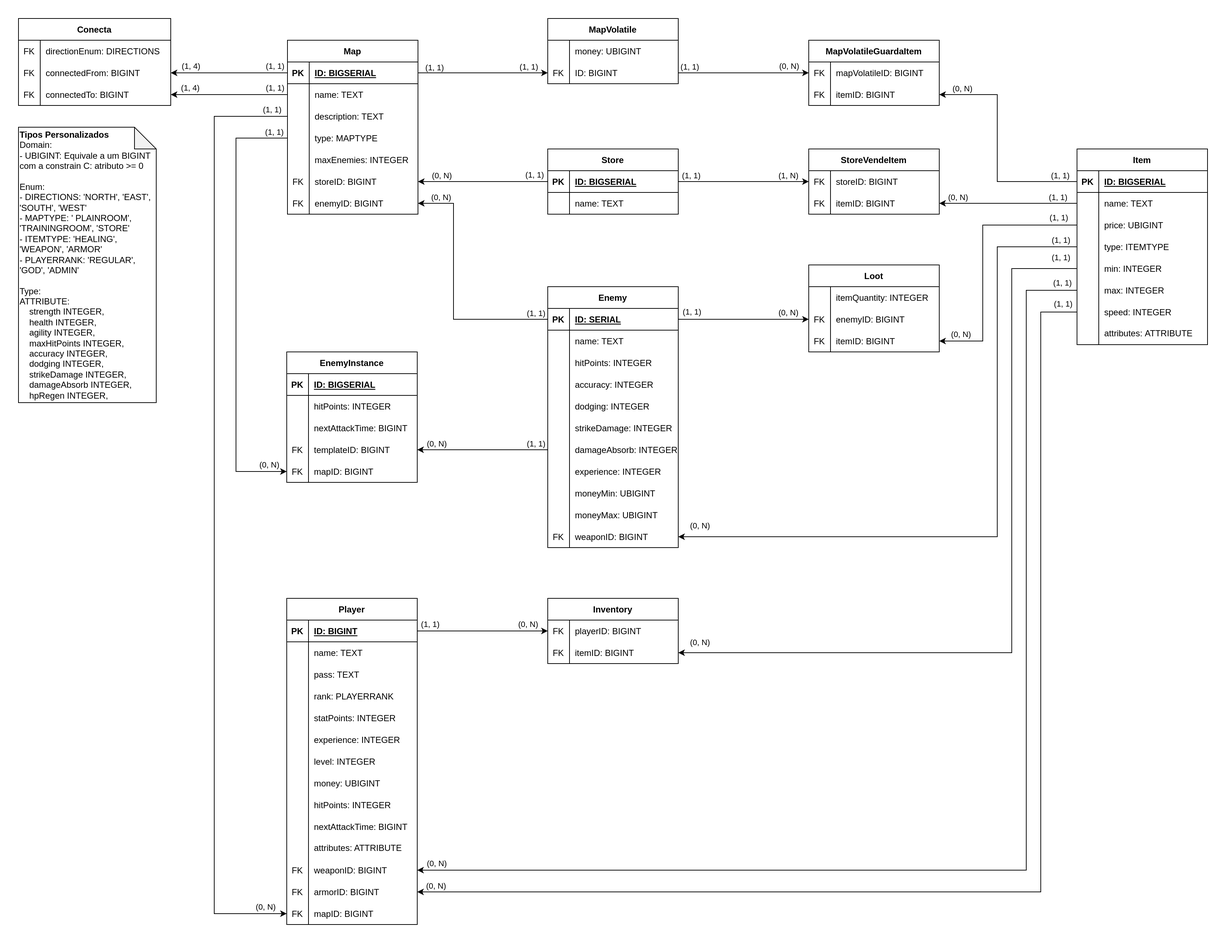
The draw.io diagram docs/Images/database/DL.png in UnMUD/UnMUD, before a commit. Source tidied: cells renumbered, new cells last; positions are measured from the earlier drawing's top-left corner, leaving out a move shared by most shapes.
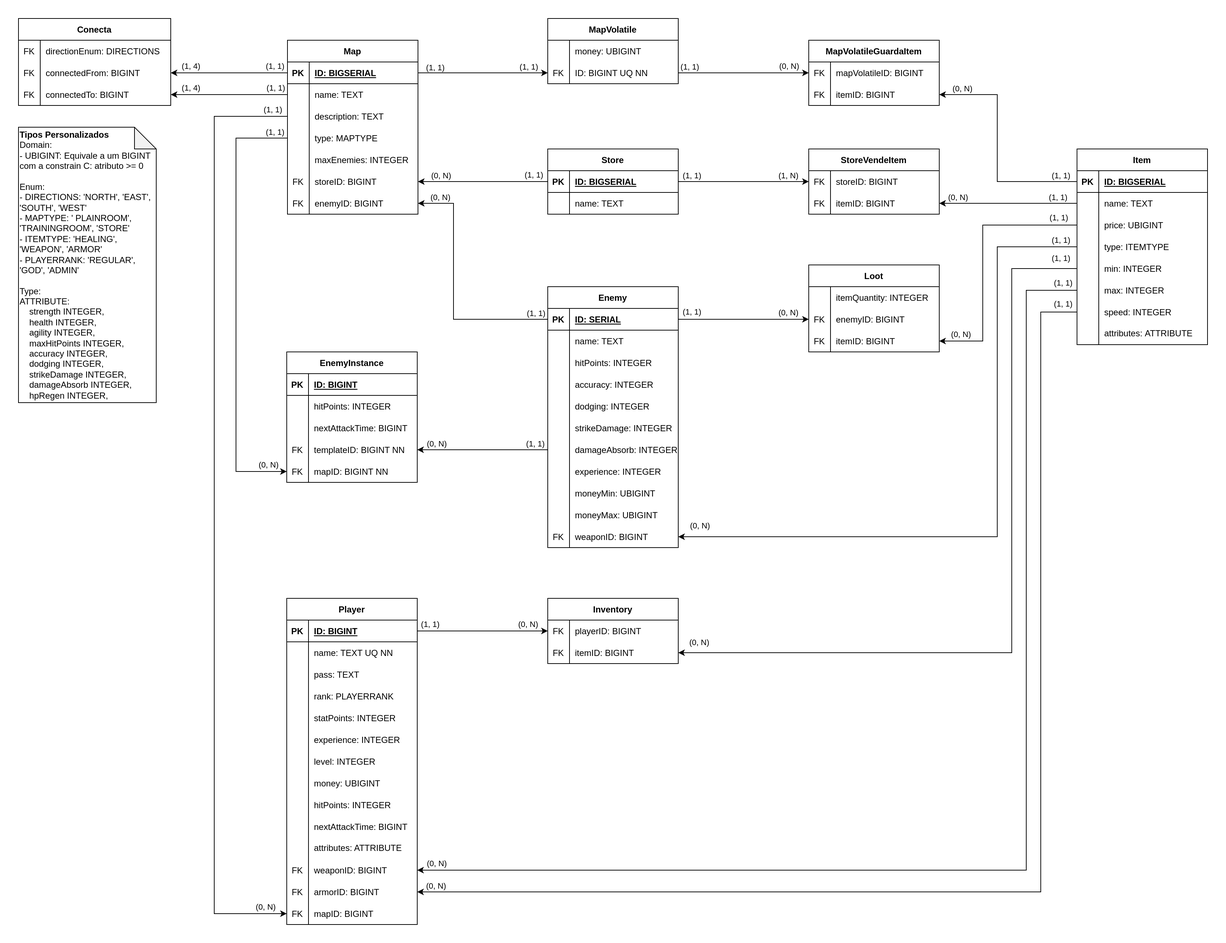
After the commit.

Commit message:
#42 - Adicionando palavras chave Unique (UQ) e Not Null (NN) no diagrama lógico

What changed in the source:
```diff
@@ -86,7 +86,7 @@
     <mxCell id="29" value="FK" style="shape=partialRectangle;fillColor=none;top=0;left=0;bottom=0;right=0;fontStyle=0;overflow=hidden;" parent="28" vertex="1">
       <mxGeometry width="30" height="30" as="geometry" />
     </mxCell>
-    <mxCell id="30" value="ID: BIGINT" style="shape=partialRectangle;fillColor=none;top=0;left=0;bottom=0;right=0;align=left;spacingLeft=6;fontStyle=0;overflow=hidden;" parent="28" vertex="1">
+    <mxCell id="30" value="ID: BIGINT UQ NN" style="shape=partialRectangle;fillColor=none;top=0;left=0;bottom=0;right=0;align=left;spacingLeft=6;fontStyle=0;overflow=hidden;" parent="28" vertex="1">
       <mxGeometry x="30" width="150" height="30" as="geometry" />
     </mxCell>
     <mxCell id="31" value="Item" style="shape=table;startSize=30;rowLines=0;fontStyle=1;align=center;" parent="1" vertex="1">
@@ -173,7 +173,7 @@
     <mxCell id="58" value="PK" style="shape=partialRectangle;fillColor=none;top=0;left=0;bottom=0;right=0;fontStyle=1;overflow=hidden;" parent="57" vertex="1">
       <mxGeometry width="30" height="30" as="geometry" />
     </mxCell>
-    <mxCell id="59" value="ID: BIGSERIAL" style="shape=partialRectangle;fillColor=none;top=0;left=0;bottom=0;right=0;align=left;spacingLeft=6;fontStyle=5;overflow=hidden;" parent="57" vertex="1">
+    <mxCell id="59" value="ID: BIGINT" style="shape=partialRectangle;fillColor=none;top=0;left=0;bottom=0;right=0;align=left;spacingLeft=6;fontStyle=5;overflow=hidden;" parent="57" vertex="1">
       <mxGeometry x="30" width="150" height="30" as="geometry" />
     </mxCell>
     <mxCell id="60" style="shape=tableRow;horizontal=0;startSize=0;swimlaneHead=0;swimlaneBody=0;fillColor=none;top=0;left=0;right=0;bottom=0;" parent="56" vertex="1">
@@ -200,7 +200,7 @@
     <mxCell id="67" value="FK" style="shape=partialRectangle;fillColor=none;top=0;left=0;bottom=0;right=0;overflow=hidden;" parent="66" vertex="1">
       <mxGeometry width="30" height="30" as="geometry" />
     </mxCell>
-    <mxCell id="68" value="templateID: BIGINT" style="shape=partialRectangle;fillColor=none;top=0;left=0;bottom=0;right=0;align=left;spacingLeft=6;overflow=hidden;" parent="66" vertex="1">
+    <mxCell id="68" value="templateID: BIGINT NN" style="shape=partialRectangle;fillColor=none;top=0;left=0;bottom=0;right=0;align=left;spacingLeft=6;overflow=hidden;" parent="66" vertex="1">
       <mxGeometry x="30" width="150" height="30" as="geometry" />
     </mxCell>
     <mxCell id="69" style="shape=tableRow;horizontal=0;startSize=0;swimlaneHead=0;swimlaneBody=0;fillColor=none;points=[[0,0.5],[1,0.5]];portConstraint=eastwest;top=0;left=0;right=0;bottom=0;" parent="56" vertex="1">
@@ -209,7 +209,7 @@
     <mxCell id="70" value="FK" style="shape=partialRectangle;fillColor=none;top=0;left=0;bottom=0;right=0;fontStyle=0;overflow=hidden;" parent="69" vertex="1">
       <mxGeometry width="30" height="30" as="geometry" />
     </mxCell>
-    <mxCell id="71" value="mapID: BIGINT" style="shape=partialRectangle;fillColor=none;top=0;left=0;bottom=0;right=0;align=left;spacingLeft=6;fontStyle=0;overflow=hidden;" parent="69" vertex="1">
+    <mxCell id="71" value="mapID: BIGINT NN" style="shape=partialRectangle;fillColor=none;top=0;left=0;bottom=0;right=0;align=left;spacingLeft=6;fontStyle=0;overflow=hidden;" parent="69" vertex="1">
       <mxGeometry x="30" width="150" height="30" as="geometry" />
     </mxCell>
     <mxCell id="72" value="Enemy" style="shape=table;startSize=30;rowLines=0;fontStyle=1;align=center;" parent="1" vertex="1">
@@ -362,7 +362,7 @@
     <mxCell id="121" style="shape=partialRectangle;fillColor=none;top=0;left=0;bottom=0;right=0;overflow=hidden;" parent="120" vertex="1">
       <mxGeometry width="30" height="30" as="geometry" />
     </mxCell>
-    <mxCell id="122" value="name: TEXT" style="shape=partialRectangle;fillColor=none;top=0;left=0;bottom=0;right=0;align=left;spacingLeft=6;overflow=hidden;" parent="120" vertex="1">
+    <mxCell id="122" value="name: TEXT UQ NN" style="shape=partialRectangle;fillColor=none;top=0;left=0;bottom=0;right=0;align=left;spacingLeft=6;overflow=hidden;" parent="120" vertex="1">
       <mxGeometry x="30" width="150" height="30" as="geometry" />
     </mxCell>
     <mxCell id="123" style="shape=tableRow;horizontal=0;startSize=0;swimlaneHead=0;swimlaneBody=0;fillColor=none;top=0;left=0;right=0;bottom=0;" parent="116" vertex="1">
```
